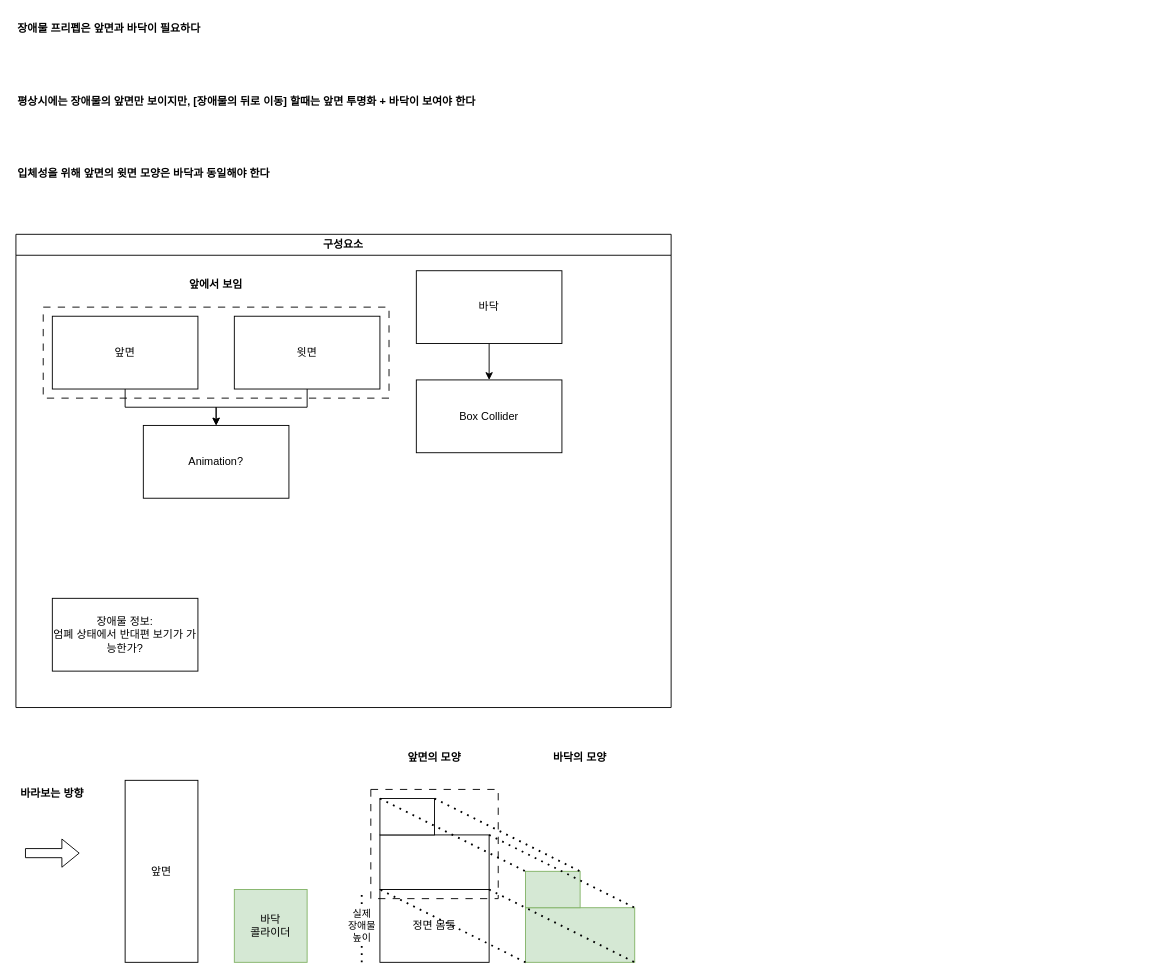
This is page "ObstaclePrefab" (6 of 6) of documents/Overall System For Map system.drawio from VanSubstance/To-the-North, a draw.io file, before an edit. Source tidied: cells renumbered, new cells numbered last; positions are measured from the earlier drawing's top-left corner, leaving out a move shared by most shapes. Both pictures are drawn from the tidied source at 91%, with x=0, y=0 at pixel (15, 15).
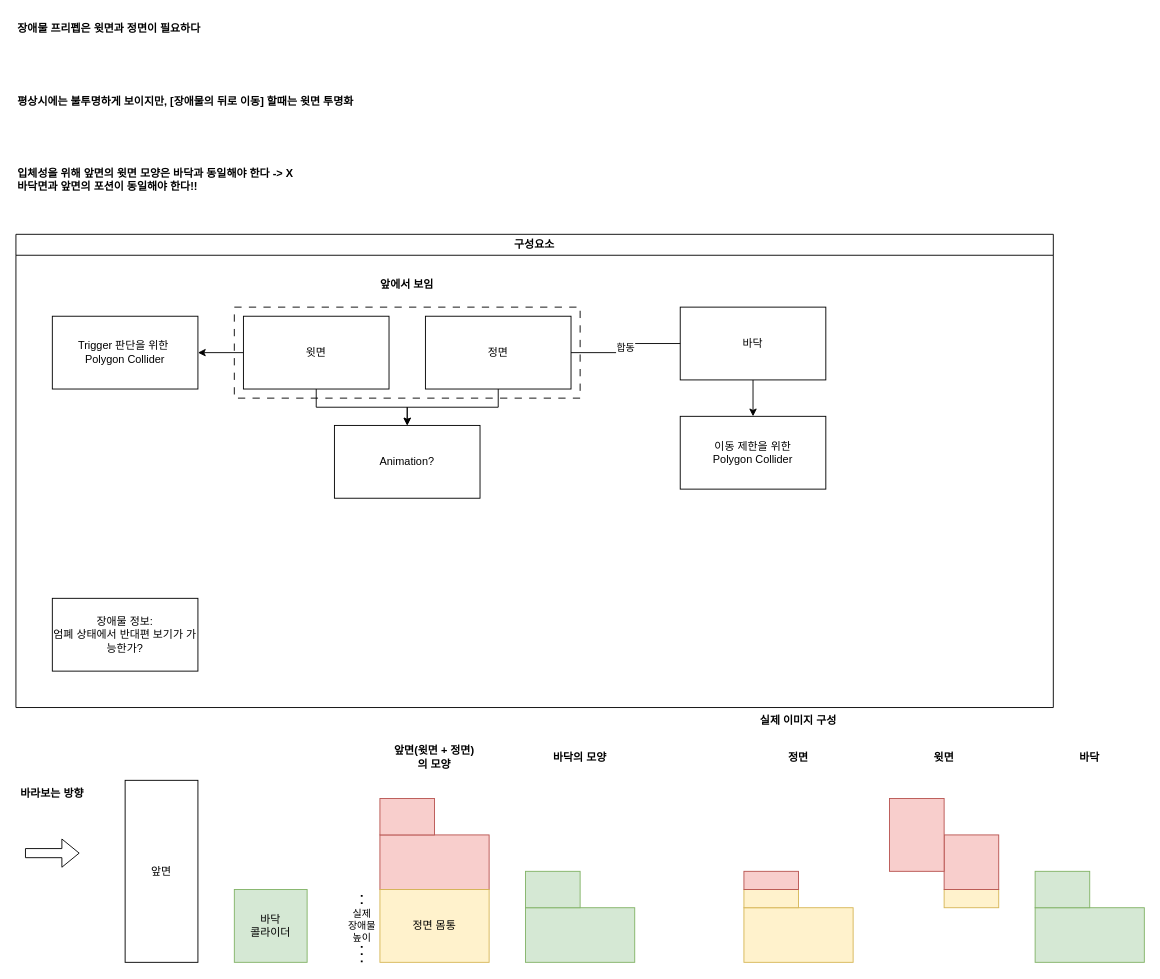
Above is the later version.

Commit message:
Docs: Considering Structure of Obstacle sprites

#37 #27 #33

The change refers to these unchanged cells:
```xml
<mxCell id="25" style="rounded=0;whiteSpace=wrap;html=1;fillColor=#d5e8d4;strokeColor=#82b366;" parent="1" vertex="1">
  <mxGeometry x="560" y="980" width="120" height="60" as="geometry" />
</mxCell>
<mxCell id="26" style="rounded=0;whiteSpace=wrap;html=1;fillColor=#d5e8d4;strokeColor=#82b366;" parent="1" vertex="1">
  <mxGeometry x="560" y="940" width="60" height="40" as="geometry" />
</mxCell>
```

Diff of the diagram source:
```diff
@@
+    <mxCell id="34" style="rounded=0;whiteSpace=wrap;html=1;fillColor=none;dashed=1;dashPattern=8 8;" parent="1" vertex="1">
+      <mxGeometry x="240" y="320" width="380" height="100" as="geometry" />
+    </mxCell>
     <mxCell id="2" value="구성요소" style="swimlane;whiteSpace=wrap;html=1;" parent="1" vertex="1">
-      <mxGeometry y="240" width="720" height="520" as="geometry" />
+      <mxGeometry y="240" width="1140" height="520" as="geometry" />
     </mxCell>
@@
+    <mxCell id="35" style="edgeStyle=orthogonalEdgeStyle;rounded=0;jettySize=auto;html=1;" parent="2" edge="1" source="4" target="37">
+      <mxGeometry relative="1" as="geometry" />
+    </mxCell>
-    <mxCell id="4" value="앞면" style="rounded=0;whiteSpace=wrap;html=1;" parent="2" vertex="1">
-      <mxGeometry x="40" y="90" width="160" height="80" as="geometry" />
+    <mxCell id="4" value="윗면" style="rounded=0;whiteSpace=wrap;html=1;" parent="2" vertex="1">
+      <mxGeometry x="250" y="90" width="160" height="80" as="geometry" />
     </mxCell>
     <mxCell id="5" value="Animation?" style="rounded=0;whiteSpace=wrap;html=1;" parent="2" vertex="1">
-      <mxGeometry x="140" y="210" width="160" height="80" as="geometry" />
+      <mxGeometry x="350" y="210" width="160" height="80" as="geometry" />
     </mxCell>
-    <mxCell id="6" value="Box Collider" style="rounded=0;whiteSpace=wrap;html=1;" parent="2" vertex="1">
-      <mxGeometry x="440" y="160" width="160" height="80" as="geometry" />
+    <mxCell id="6" value="이동 제한을 위한 &lt;br&gt;Polygon Collider" style="rounded=0;whiteSpace=wrap;html=1;" parent="2" vertex="1">
+      <mxGeometry x="730" y="200" width="160" height="80" as="geometry" />
     </mxCell>
@@
     <mxCell id="9" value="바닥" style="rounded=0;whiteSpace=wrap;html=1;" parent="2" vertex="1">
-      <mxGeometry x="440" y="40" width="160" height="80" as="geometry" />
+      <mxGeometry x="730" y="80" width="160" height="80" as="geometry" />
     </mxCell>
@@
+    <mxCell id="36" value="합동" style="edgeStyle=orthogonalEdgeStyle;rounded=0;jettySize=auto;html=1;endArrow=none;endFill=0;" parent="2" edge="1" source="11" target="9">
+      <mxGeometry relative="1" as="geometry" />
+    </mxCell>
-    <mxCell id="11" value="윗면" style="rounded=0;whiteSpace=wrap;html=1;" parent="2" vertex="1">
-      <mxGeometry x="240" y="90" width="160" height="80" as="geometry" />
+    <mxCell id="11" value="정면" style="rounded=0;whiteSpace=wrap;html=1;" parent="2" vertex="1">
+      <mxGeometry x="450" y="90" width="160" height="80" as="geometry" />
     </mxCell>
     <mxCell id="12" value="앞에서 보임" style="text;html=1;strokeColor=none;fillColor=none;align=center;verticalAlign=middle;whiteSpace=wrap;rounded=0;fontStyle=1;" parent="2" vertex="1">
-      <mxGeometry x="160" y="40" width="120" height="30" as="geometry" />
+      <mxGeometry x="370" y="40" width="120" height="30" as="geometry" />
     </mxCell>
+    <mxCell id="37" value="Trigger 판단을 위한&amp;nbsp;&lt;br&gt;Polygon Collider" style="rounded=0;whiteSpace=wrap;html=1;" parent="2" vertex="1">
+      <mxGeometry x="40" y="90" width="160" height="80" as="geometry" />
+    </mxCell>
-    <mxCell id="13" value="장애물 프리펩은 앞면과 바닥이 필요하다" style="text;html=1;strokeColor=none;fillColor=none;align=left;verticalAlign=top;whiteSpace=wrap;rounded=0;fontStyle=1;" parent="1" vertex="1">
+    <mxCell id="13" value="장애물 프리펩은 윗면과 정면이 필요하다" style="text;html=1;strokeColor=none;fillColor=none;align=left;verticalAlign=top;whiteSpace=wrap;rounded=0;fontStyle=1;" parent="1" vertex="1">
       <mxGeometry width="600" height="40" as="geometry" />
     </mxCell>
-    <mxCell id="14" value="평상시에는 장애물의 앞면만 보이지만, [장애물의 뒤로 이동] 할때는 앞면 투명화 + 바닥이 보여야 한다" style="text;html=1;strokeColor=none;fillColor=none;align=left;verticalAlign=top;whiteSpace=wrap;rounded=0;fontStyle=1;" parent="1" vertex="1">
+    <mxCell id="14" value="평상시에는 불투명하게 보이지만, [장애물의 뒤로 이동] 할때는 윗면 투명화" style="text;html=1;strokeColor=none;fillColor=none;align=left;verticalAlign=top;whiteSpace=wrap;rounded=0;fontStyle=1;" parent="1" vertex="1">
       <mxGeometry y="80" width="600" height="40" as="geometry" />
     </mxCell>
@@
-    <mxCell id="19" value="입체성을 위해 앞면의 윗면 모양은 바닥과 동일해야 한다" style="text;html=1;strokeColor=none;fillColor=none;align=left;verticalAlign=top;whiteSpace=wrap;rounded=0;fontStyle=1;" parent="1" vertex="1">
+    <mxCell id="19" value="입체성을 위해 앞면의 윗면 모양은 바닥과 동일해야 한다 -&amp;gt; X&lt;br&gt;바닥면과 앞면의 포션이 동일해야 한다!!" style="text;html=1;strokeColor=none;fillColor=none;align=left;verticalAlign=top;whiteSpace=wrap;rounded=0;fontStyle=1;" parent="1" vertex="1">
       <mxGeometry y="160" width="600" height="40" as="geometry" />
     </mxCell>
-    <mxCell id="20" style="rounded=0;whiteSpace=wrap;html=1;" parent="1" vertex="1">
+    <mxCell id="20" style="rounded=0;whiteSpace=wrap;html=1;fillColor=#f8cecc;strokeColor=#b85450;" parent="1" vertex="1">
       <mxGeometry x="400" y="900" width="120" height="60" as="geometry" />
     </mxCell>
-    <mxCell id="21" style="rounded=0;whiteSpace=wrap;html=1;" parent="1" vertex="1">
+    <mxCell id="21" style="rounded=0;whiteSpace=wrap;html=1;fillColor=#f8cecc;strokeColor=#b85450;" parent="1" vertex="1">
       <mxGeometry x="400" y="860" width="60" height="40" as="geometry" />
     </mxCell>
-    <mxCell id="22" value="앞면의 모양" style="text;html=1;strokeColor=none;fillColor=none;align=center;verticalAlign=middle;whiteSpace=wrap;rounded=0;fontStyle=1;" parent="1" vertex="1">
+    <mxCell id="22" value="앞면(윗면 + 정면)&lt;br&gt;의 모양" style="text;html=1;strokeColor=none;fillColor=none;align=center;verticalAlign=middle;whiteSpace=wrap;rounded=0;fontStyle=1;" parent="1" vertex="1">
       <mxGeometry x="400" y="800" width="120" height="30" as="geometry" />
     </mxCell>
@@
-    <mxCell id="24" value="정면 몸통" style="rounded=0;whiteSpace=wrap;html=1;" parent="1" vertex="1">
+    <mxCell id="24" value="정면 몸통" style="rounded=0;whiteSpace=wrap;html=1;fillColor=#fff2cc;strokeColor=#d6b656;" parent="1" vertex="1">
       <mxGeometry x="400" y="960" width="120" height="80" as="geometry" />
     </mxCell>
@@
-    <mxCell id="27" style="rounded=0;whiteSpace=wrap;html=1;fillColor=none;dashed=1;dashPattern=8 8;" parent="1" vertex="1">
-      <mxGeometry x="390" y="850" width="140" height="120" as="geometry" />
-    </mxCell>
-    <mxCell id="28" style="endArrow=none;dashed=1;html=1;dashPattern=1 3;strokeWidth=2;rounded=0;exitX=0;exitY=1;exitDx=0;exitDy=0;entryX=0;entryY=0;entryDx=0;entryDy=0;" parent="1" edge="1" source="25" target="24">
-      <mxGeometry relative="1" as="geometry" />
-    </mxCell>
-    <mxCell id="29" style="endArrow=none;dashed=1;html=1;dashPattern=1 3;strokeWidth=2;rounded=0;entryX=1;entryY=1;entryDx=0;entryDy=0;exitX=1;exitY=0;exitDx=0;exitDy=0;" parent="1" edge="1" source="24" target="25">
-      <mxGeometry relative="1" as="geometry" />
-    </mxCell>
-    <mxCell id="30" style="endArrow=none;dashed=1;html=1;dashPattern=1 3;strokeWidth=2;rounded=0;entryX=1;entryY=0;entryDx=0;entryDy=0;exitX=1;exitY=0;exitDx=0;exitDy=0;" parent="1" edge="1" source="20" target="25">
-      <mxGeometry relative="1" as="geometry" />
-    </mxCell>
-    <mxCell id="31" style="endArrow=none;dashed=1;html=1;dashPattern=1 3;strokeWidth=2;rounded=0;entryX=0;entryY=0;entryDx=0;entryDy=0;exitX=0;exitY=0;exitDx=0;exitDy=0;" parent="1" edge="1" source="21" target="26">
-      <mxGeometry relative="1" as="geometry" />
-    </mxCell>
-    <mxCell id="32" style="endArrow=none;dashed=1;html=1;dashPattern=1 3;strokeWidth=2;rounded=0;entryX=1;entryY=0;entryDx=0;entryDy=0;exitX=1;exitY=0;exitDx=0;exitDy=0;" parent="1" edge="1" source="21" target="26">
-      <mxGeometry relative="1" as="geometry" />
-    </mxCell>
@@
-    <mxCell id="34" style="rounded=0;whiteSpace=wrap;html=1;fillColor=none;dashed=1;dashPattern=8 8;" parent="1" vertex="1">
-      <mxGeometry x="30" y="320" width="380" height="100" as="geometry" />
-    </mxCell>
+    <mxCell id="38" value="실제 이미지 구성" style="text;html=1;strokeColor=none;fillColor=none;align=center;verticalAlign=middle;whiteSpace=wrap;rounded=0;fontStyle=1;" parent="1" vertex="1">
+      <mxGeometry x="800" y="760" width="120" height="30" as="geometry" />
+    </mxCell>
+    <mxCell id="39" value="정면" style="text;html=1;strokeColor=none;fillColor=none;align=center;verticalAlign=middle;whiteSpace=wrap;rounded=0;fontStyle=1;" parent="1" vertex="1">
+      <mxGeometry x="800" y="800" width="120" height="30" as="geometry" />
+    </mxCell>
+    <mxCell id="40" style="rounded=0;whiteSpace=wrap;html=1;fillColor=#fff2cc;strokeColor=#d6b656;" parent="1" vertex="1">
+      <mxGeometry x="800" y="980" width="120" height="60" as="geometry" />
+    </mxCell>
+    <mxCell id="41" style="rounded=0;whiteSpace=wrap;html=1;fillColor=#fff2cc;strokeColor=#d6b656;" parent="1" vertex="1">
+      <mxGeometry x="800" y="960" width="60" height="20" as="geometry" />
+    </mxCell>
+    <mxCell id="42" style="rounded=0;whiteSpace=wrap;html=1;fillColor=#f8cecc;strokeColor=#b85450;" parent="1" vertex="1">
+      <mxGeometry x="800" y="940" width="60" height="20" as="geometry" />
+    </mxCell>
+    <mxCell id="43" value="윗면" style="text;html=1;strokeColor=none;fillColor=none;align=center;verticalAlign=middle;whiteSpace=wrap;rounded=0;fontStyle=1;" parent="1" vertex="1">
+      <mxGeometry x="960" y="800" width="120" height="30" as="geometry" />
+    </mxCell>
+    <mxCell id="44" value="바닥" style="text;html=1;strokeColor=none;fillColor=none;align=center;verticalAlign=middle;whiteSpace=wrap;rounded=0;fontStyle=1;" parent="1" vertex="1">
+      <mxGeometry x="1120" y="800" width="120" height="30" as="geometry" />
+    </mxCell>
+    <mxCell id="45" style="rounded=0;whiteSpace=wrap;html=1;fillColor=#d5e8d4;strokeColor=#82b366;" parent="1" vertex="1">
+      <mxGeometry x="1120" y="980" width="120" height="60" as="geometry" />
+    </mxCell>
+    <mxCell id="46" style="rounded=0;whiteSpace=wrap;html=1;fillColor=#d5e8d4;strokeColor=#82b366;" parent="1" vertex="1">
+      <mxGeometry x="1120" y="940" width="60" height="40" as="geometry" />
+    </mxCell>
+    <mxCell id="47" style="rounded=0;whiteSpace=wrap;html=1;fillColor=#fff2cc;strokeColor=#d6b656;" parent="1" vertex="1">
+      <mxGeometry x="1020" y="960" width="60" height="20" as="geometry" />
+    </mxCell>
+    <mxCell id="48" style="rounded=0;whiteSpace=wrap;html=1;fillColor=#f8cecc;strokeColor=#b85450;" parent="1" vertex="1">
+      <mxGeometry x="1020" y="900" width="60" height="60" as="geometry" />
+    </mxCell>
+    <mxCell id="49" style="rounded=0;whiteSpace=wrap;html=1;fillColor=#f8cecc;strokeColor=#b85450;" parent="1" vertex="1">
+      <mxGeometry x="960" y="860" width="60" height="80" as="geometry" />
+    </mxCell>
```
